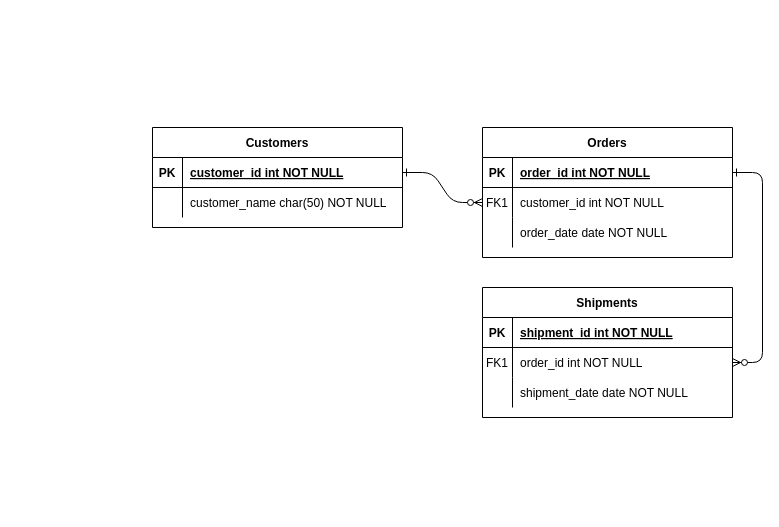
paridabapun/schema_design keeps this draw.io diagram as Untitled Diagram.drawio. Above is the earlier version. Source tidied: cells renumbered, new cells numbered last; positions are measured from the earlier drawing's top-left corner, leaving out a move shared by most shapes. Both pictures are drawn from the tidied source at 100%, with x=0, y=0 at pixel (152, 127).
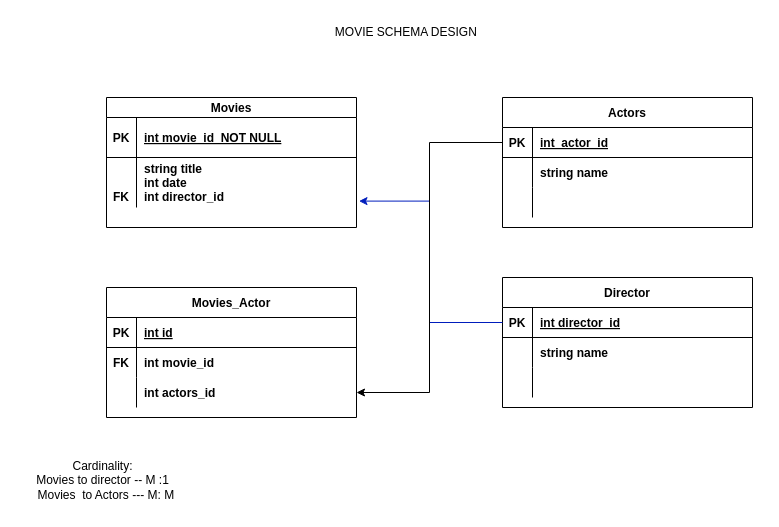
The same page after the edit.

Commit message:
Movies Schema Diagram

The change refers to these unchanged cells:
```xml
<mxCell id="5" style="shape=partialRectangle;fillColor=none;points=[[0,0.5],[1,0.5]];portConstraint=eastwest;top=0;left=0;right=0;bottom=1;" parent="4" vertex="1">
  <mxGeometry y="30" width="250" height="30" as="geometry" />
</mxCell>
<mxCell id="8" style="shape=partialRectangle;fillColor=none;points=[[0,0.5],[1,0.5]];portConstraint=eastwest;top=0;left=0;right=0;bottom=0;" parent="4" vertex="1">
  <mxGeometry y="60" width="250" height="30" as="geometry" />
</mxCell>
<mxCell id="11" style="shape=partialRectangle;fillColor=none;top=0;left=0;right=0;bottom=0;" parent="4" vertex="1">
  <mxGeometry y="90" width="250" height="30" as="geometry" />
</mxCell>
<mxCell id="15" style="shape=partialRectangle;fillColor=none;points=[[0,0.5],[1,0.5]];portConstraint=eastwest;top=0;left=0;right=0;bottom=1;" parent="14" vertex="1">
  <mxGeometry y="30" width="250" height="30" as="geometry" />
</mxCell>
<mxCell id="18" style="shape=partialRectangle;fillColor=none;points=[[0,0.5],[1,0.5]];portConstraint=eastwest;top=0;left=0;right=0;bottom=0;" parent="14" vertex="1">
  <mxGeometry y="60" width="250" height="30" as="geometry" />
</mxCell>
<mxCell id="21" style="shape=partialRectangle;fillColor=none;top=0;left=0;right=0;bottom=0;" parent="14" vertex="1">
  <mxGeometry y="90" width="250" height="30" as="geometry" />
</mxCell>
```

The edit, as a diff of the source:
```diff
@@
-    <mxCell id="2" style="edgeStyle=entityRelationEdgeStyle;endArrow=ERzeroToMany;startArrow=ERone;endFill=1;startFill=0;" parent="1" edge="1" source="25" target="8">
-      <mxGeometry relative="1" as="geometry" />
-    </mxCell>
-    <mxCell id="3" style="edgeStyle=entityRelationEdgeStyle;endArrow=ERzeroToMany;startArrow=ERone;endFill=1;startFill=0;" parent="1" edge="1" source="5" target="18">
-      <mxGeometry relative="1" as="geometry" />
-    </mxCell>
-    <mxCell id="4" value="Orders" style="shape=table;startSize=30;childLayout=tableLayout;rowLines=0;fontStyle=1;align=center;" parent="1" vertex="1">
-      <mxGeometry x="330" width="250" height="130" as="geometry" />
+    <mxCell id="4" value="Actors" style="shape=table;startSize=30;childLayout=tableLayout;rowLines=0;fontStyle=1;align=center;" parent="1" vertex="1">
+      <mxGeometry x="350" y="-30" width="250" height="130" as="geometry" />
     </mxCell>
@@
-    <mxCell id="7" value="order_id int NOT NULL " style="shape=partialRectangle;overflow=hidden;fillColor=none;top=0;left=0;bottom=0;right=0;align=left;spacingLeft=6;fontStyle=5;" parent="5" vertex="1">
+    <mxCell id="7" value="int  actor_id" style="shape=partialRectangle;overflow=hidden;fillColor=none;top=0;left=0;bottom=0;right=0;align=left;spacingLeft=6;fontStyle=5;" parent="5" vertex="1">
       <mxGeometry x="30" width="220" height="30" as="geometry" />
     </mxCell>
@@
-    <mxCell id="9" value="FK1" style="shape=partialRectangle;overflow=hidden;fillColor=none;top=0;left=0;bottom=0;right=0;" parent="8" vertex="1">
+    <mxCell id="9" style="shape=partialRectangle;overflow=hidden;fillColor=none;top=0;left=0;bottom=0;right=0;" parent="8" vertex="1">
       <mxGeometry width="30" height="30" as="geometry" />
     </mxCell>
-    <mxCell id="10" value="customer_id int NOT NULL" style="shape=partialRectangle;overflow=hidden;fillColor=none;top=0;left=0;bottom=0;right=0;align=left;spacingLeft=6;" parent="8" vertex="1">
+    <mxCell id="10" value="string name" style="shape=partialRectangle;overflow=hidden;fillColor=none;top=0;left=0;bottom=0;right=0;align=left;spacingLeft=6;fontStyle=1;" parent="8" vertex="1">
       <mxGeometry x="30" width="220" height="30" as="geometry" />
     </mxCell>
@@
-    <mxCell id="13" value="order_date date NOT NULL" style="shape=partialRectangle;overflow=hidden;fillColor=none;top=0;left=0;bottom=0;right=0;align=left;spacingLeft=6;" parent="11" vertex="1">
+    <mxCell id="13" style="shape=partialRectangle;overflow=hidden;fillColor=none;top=0;left=0;bottom=0;right=0;align=left;spacingLeft=6;" parent="11" vertex="1">
       <mxGeometry x="30" width="220" height="30" as="geometry" />
     </mxCell>
-    <mxCell id="14" value="Shipments" style="shape=table;startSize=30;childLayout=tableLayout;rowLines=0;fontStyle=1;align=center;" parent="1" vertex="1">
-      <mxGeometry x="330" y="160" width="250" height="130" as="geometry" />
+    <mxCell id="14" value="Director" style="shape=table;startSize=30;childLayout=tableLayout;rowLines=0;fontStyle=1;align=center;" parent="1" vertex="1">
+      <mxGeometry x="350" y="150" width="250" height="130" as="geometry" />
     </mxCell>
@@
-    <mxCell id="17" value="shipment_id int NOT NULL " style="shape=partialRectangle;overflow=hidden;fillColor=none;top=0;left=0;bottom=0;right=0;align=left;spacingLeft=6;fontStyle=5;" parent="15" vertex="1">
+    <mxCell id="17" value="int director_id" style="shape=partialRectangle;overflow=hidden;fillColor=none;top=0;left=0;bottom=0;right=0;align=left;spacingLeft=6;fontStyle=5;" parent="15" vertex="1">
       <mxGeometry x="30" width="220" height="30" as="geometry" />
     </mxCell>
@@
-    <mxCell id="19" value="FK1" style="shape=partialRectangle;overflow=hidden;fillColor=none;top=0;left=0;bottom=0;right=0;" parent="18" vertex="1">
+    <mxCell id="19" style="shape=partialRectangle;overflow=hidden;fillColor=none;top=0;left=0;bottom=0;right=0;" parent="18" vertex="1">
       <mxGeometry width="30" height="30" as="geometry" />
     </mxCell>
-    <mxCell id="20" value="order_id int NOT NULL" style="shape=partialRectangle;overflow=hidden;fillColor=none;top=0;left=0;bottom=0;right=0;align=left;spacingLeft=6;" parent="18" vertex="1">
+    <mxCell id="20" value="string name" style="shape=partialRectangle;overflow=hidden;fillColor=none;top=0;left=0;bottom=0;right=0;align=left;spacingLeft=6;fontStyle=1;" parent="18" vertex="1">
       <mxGeometry x="30" width="220" height="30" as="geometry" />
     </mxCell>
@@
-    <mxCell id="23" value="shipment_date date NOT NULL" style="shape=partialRectangle;overflow=hidden;fillColor=none;top=0;left=0;bottom=0;right=0;align=left;spacingLeft=6;" parent="21" vertex="1">
+    <mxCell id="23" style="shape=partialRectangle;overflow=hidden;fillColor=none;top=0;left=0;bottom=0;right=0;align=left;spacingLeft=6;" parent="21" vertex="1">
       <mxGeometry x="30" width="220" height="30" as="geometry" />
     </mxCell>
-    <mxCell id="24" value="Customers" style="shape=table;startSize=30;childLayout=tableLayout;rowLines=0;fontStyle=1;align=center;" parent="1" vertex="1">
-      <mxGeometry width="250" height="100" as="geometry" />
+    <mxCell id="24" value="Movies" style="shape=table;startSize=20;childLayout=tableLayout;rowLines=0;fontStyle=1;align=center;" parent="1" vertex="1">
+      <mxGeometry x="-46" y="-30" width="250" height="130" as="geometry" />
     </mxCell>
     <mxCell id="25" style="shape=partialRectangle;fillColor=none;points=[[0,0.5],[1,0.5]];portConstraint=eastwest;top=0;left=0;right=0;bottom=1;" parent="24" vertex="1">
-      <mxGeometry y="30" width="250" height="30" as="geometry" />
+      <mxGeometry y="20" width="250" height="40" as="geometry" />
     </mxCell>
     <mxCell id="26" value="PK" style="shape=partialRectangle;overflow=hidden;fillColor=none;top=0;left=0;bottom=0;right=0;fontStyle=1;" parent="25" vertex="1">
-      <mxGeometry width="30" height="30" as="geometry" />
+      <mxGeometry width="30" height="40" as="geometry" />
     </mxCell>
-    <mxCell id="27" value="customer_id int NOT NULL " style="shape=partialRectangle;overflow=hidden;fillColor=none;top=0;left=0;bottom=0;right=0;align=left;spacingLeft=6;fontStyle=5;" parent="25" vertex="1">
-      <mxGeometry x="30" width="220" height="30" as="geometry" />
+    <mxCell id="27" value="int movie_id  NOT NULL" style="shape=partialRectangle;overflow=hidden;fillColor=none;top=0;left=0;bottom=0;right=0;align=left;spacingLeft=6;fontStyle=5;" parent="25" vertex="1">
+      <mxGeometry x="30" width="220" height="40" as="geometry" />
     </mxCell>
     <mxCell id="28" style="shape=partialRectangle;fillColor=none;points=[[0,0.5],[1,0.5]];portConstraint=eastwest;top=0;left=0;right=0;bottom=0;" parent="24" vertex="1">
-      <mxGeometry y="60" width="250" height="30" as="geometry" />
+      <mxGeometry y="60" width="250" height="50" as="geometry" />
     </mxCell>
-    <mxCell id="29" style="shape=partialRectangle;overflow=hidden;fillColor=none;top=0;left=0;bottom=0;right=0;" parent="28" vertex="1">
-      <mxGeometry width="30" height="30" as="geometry" />
+    <mxCell id="29" value="&#10;&#10;FK" style="shape=partialRectangle;overflow=hidden;fillColor=none;top=0;left=0;bottom=0;right=0;fontStyle=1;" parent="28" vertex="1">
+      <mxGeometry width="30" height="50" as="geometry" />
     </mxCell>
-    <mxCell id="30" value="customer_name char(50) NOT NULL" style="shape=partialRectangle;overflow=hidden;fillColor=none;top=0;left=0;bottom=0;right=0;align=left;spacingLeft=6;" parent="28" vertex="1">
-      <mxGeometry x="30" width="220" height="30" as="geometry" />
+    <mxCell id="30" value="string title &#10;int date&#10;int director_id" style="shape=partialRectangle;overflow=hidden;fillColor=none;top=0;left=0;bottom=0;right=0;align=left;spacingLeft=6;fontStyle=1;" parent="28" vertex="1">
+      <mxGeometry x="30" width="220" height="50" as="geometry" />
     </mxCell>
+    <mxCell id="31" value="Movies_Actor" style="shape=table;startSize=30;childLayout=tableLayout;rowLines=0;fontStyle=1;align=center;" parent="1" vertex="1">
+      <mxGeometry x="-46" y="160" width="250" height="130" as="geometry" />
+    </mxCell>
+    <mxCell id="32" style="shape=partialRectangle;fillColor=none;top=0;left=0;right=0;bottom=1;" parent="31" vertex="1">
+      <mxGeometry y="30" width="250" height="30" as="geometry" />
+    </mxCell>
+    <mxCell id="33" value="PK" style="shape=partialRectangle;overflow=hidden;fillColor=none;top=0;left=0;bottom=0;right=0;fontStyle=1;" parent="32" vertex="1">
+      <mxGeometry width="30" height="30" as="geometry" />
+    </mxCell>
+    <mxCell id="34" value="int id" style="shape=partialRectangle;overflow=hidden;fillColor=none;top=0;left=0;bottom=0;right=0;align=left;spacingLeft=6;fontStyle=5;" parent="32" vertex="1">
+      <mxGeometry x="30" width="220" height="30" as="geometry" />
+    </mxCell>
+    <mxCell id="35" style="shape=partialRectangle;fillColor=none;top=0;left=0;right=0;bottom=0;" parent="31" vertex="1">
+      <mxGeometry y="60" width="250" height="30" as="geometry" />
+    </mxCell>
+    <mxCell id="36" value="FK" style="shape=partialRectangle;overflow=hidden;fillColor=none;top=0;left=0;bottom=0;right=0;fontStyle=1;" parent="35" vertex="1">
+      <mxGeometry width="30" height="30" as="geometry" />
+    </mxCell>
+    <mxCell id="37" value="int movie_id" style="shape=partialRectangle;overflow=hidden;fillColor=none;top=0;left=0;bottom=0;right=0;align=left;spacingLeft=6;fontStyle=1;" parent="35" vertex="1">
+      <mxGeometry x="30" width="220" height="30" as="geometry" />
+    </mxCell>
+    <mxCell id="38" style="shape=partialRectangle;fillColor=none;points=[[0,0.5],[1,0.5]];portConstraint=eastwest;top=0;left=0;right=0;bottom=0;" parent="31" vertex="1">
+      <mxGeometry y="90" width="250" height="30" as="geometry" />
+    </mxCell>
+    <mxCell id="39" style="shape=partialRectangle;overflow=hidden;fillColor=none;top=0;left=0;bottom=0;right=0;" parent="38" vertex="1">
+      <mxGeometry width="30" height="30" as="geometry" />
+    </mxCell>
+    <mxCell id="40" value="int actors_id" style="shape=partialRectangle;overflow=hidden;fillColor=none;top=0;left=0;bottom=0;right=0;align=left;spacingLeft=6;fontStyle=1;" parent="38" vertex="1">
+      <mxGeometry x="30" width="220" height="30" as="geometry" />
+    </mxCell>
+    <mxCell id="41" style="edgeStyle=orthogonalEdgeStyle;rounded=0;jettySize=auto;html=1;entryX=1.01;entryY=0.872;entryDx=0;entryDy=0;entryPerimeter=0;fillColor=#0050ef;strokeColor=#001DBC;" parent="1" edge="1" source="15" target="28">
+      <mxGeometry relative="1" as="geometry" />
+    </mxCell>
+    <mxCell id="42" style="edgeStyle=orthogonalEdgeStyle;rounded=0;jettySize=auto;html=1;" parent="1" edge="1" source="5" target="38">
+      <mxGeometry relative="1" as="geometry" />
+    </mxCell>
+    <mxCell id="43" value="MOVIE SCHEMA DESIGN&amp;nbsp;" style="text;html=1;align=center;verticalAlign=middle;strokeColor=none;fillColor=none;" parent="1" vertex="1">
+      <mxGeometry x="170" y="-110" width="170" height="30" as="geometry" />
+    </mxCell>
+    <mxCell id="44" value="Cardinality:&lt;br&gt;Movies to director -- M :1&lt;br&gt;&amp;nbsp; Movies&amp;nbsp; to Actors --- M: M&lt;br&gt;" style="text;html=1;align=center;verticalAlign=middle;strokeColor=none;fillColor=none;" parent="1" vertex="1">
+      <mxGeometry x="-135" y="323" width="170" height="60" as="geometry" />
+    </mxCell>
```
